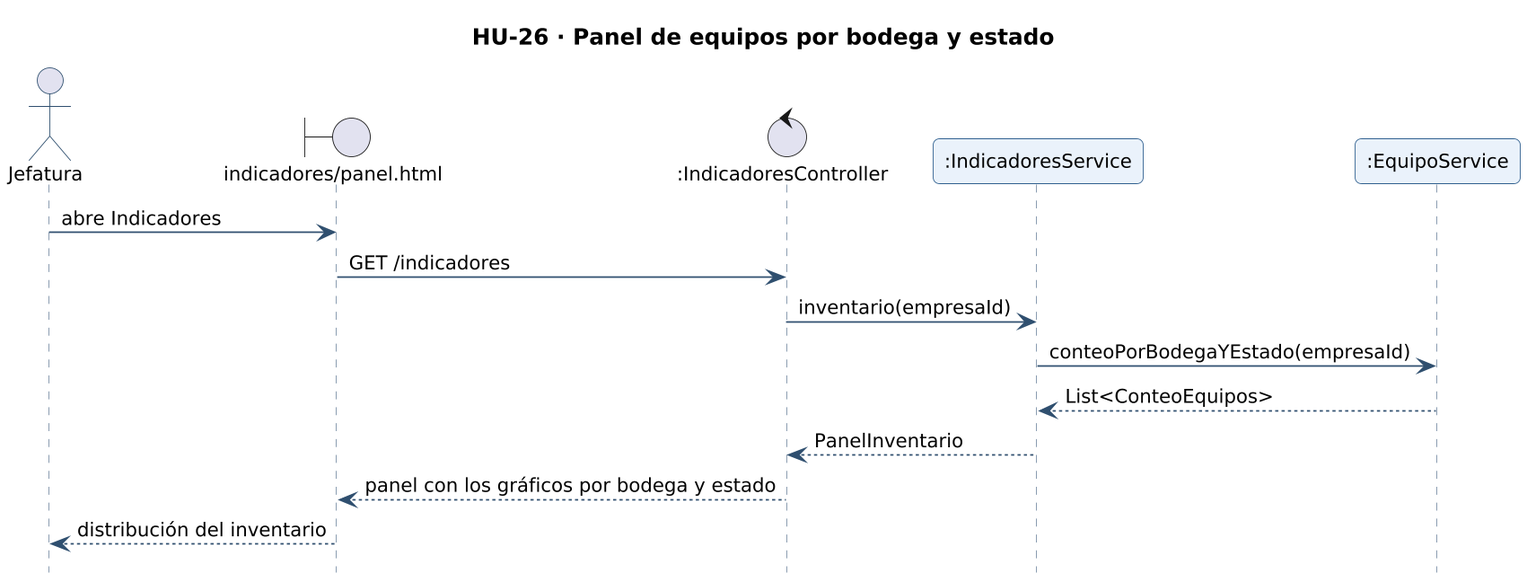
Above: docs/diagramas/secuencia-hu-26.png in gonzaloarenasduoc/Mira (PlantUML), before the change. The source it was exported from:
```plantuml
@startuml secuencia-hu-26
!include _estilo.iuml
hide footbox
skinparam maxMessageSize 260
skinparam sequenceMessageAlign left
title HU-26 · Panel de equipos por bodega y estado
actor "Jefatura" as A
boundary "indicadores/panel.html" as L_VISTA_indicadores_panel
control ":IndicadoresController" as L_IndicadoresController
participant ":IndicadoresService" as L_IndicadoresService
participant ":EquipoService" as L_EquipoService
A -> L_VISTA_indicadores_panel : abre Indicadores
L_VISTA_indicadores_panel -> L_IndicadoresController : GET /indicadores
L_IndicadoresController -> L_IndicadoresService : inventario(empresaId)
L_IndicadoresService -> L_EquipoService : conteoPorBodegaYEstado(empresaId)
L_EquipoService --> L_IndicadoresService : List<ConteoEquipos>
L_IndicadoresService --> L_IndicadoresController : PanelInventario
L_IndicadoresController --> L_VISTA_indicadores_panel : panel con los gráficos por bodega y estado
L_VISTA_indicadores_panel --> A : distribución del inventario
@enduml
```
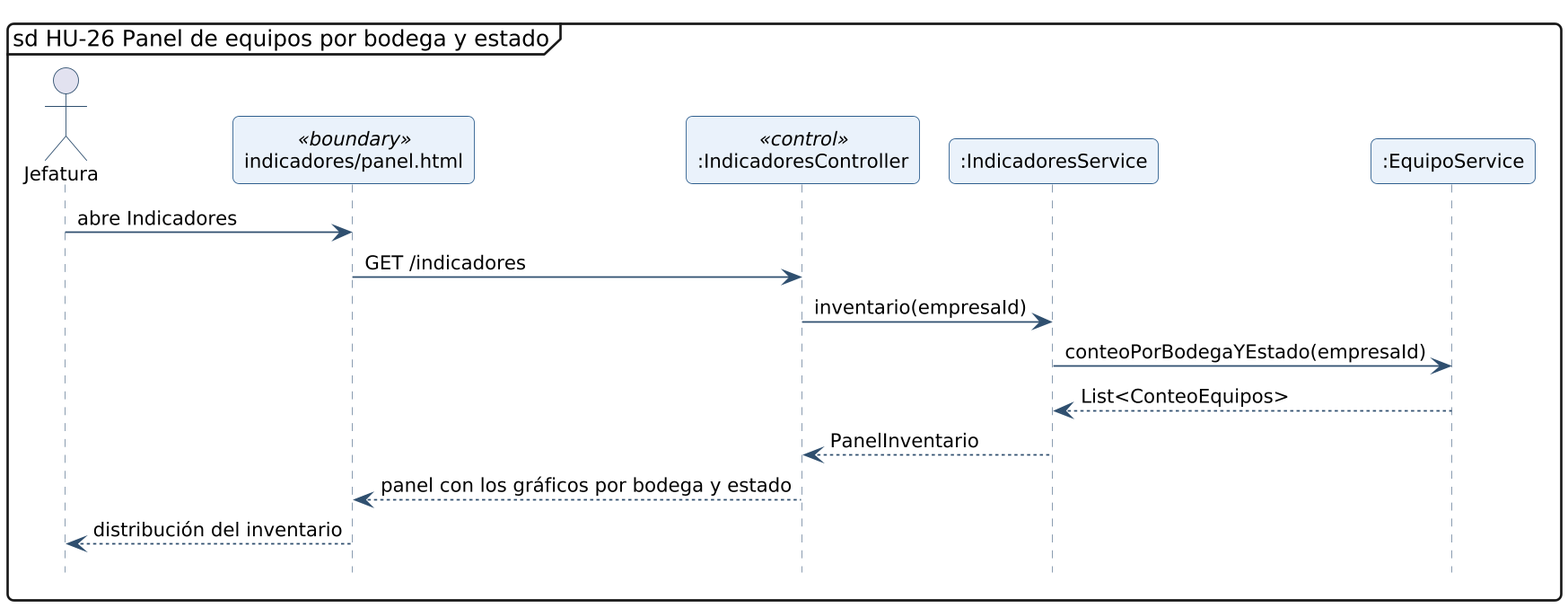
Later version of the same file.

Diff of the diagram source:
```diff
@@ -3,10 +3,10 @@
 hide footbox
 skinparam maxMessageSize 260
 skinparam sequenceMessageAlign left
-title HU-26 · Panel de equipos por bodega y estado
+mainframe sd HU-26 Panel de equipos por bodega y estado
 actor "Jefatura" as A
-boundary "indicadores/panel.html" as L_VISTA_indicadores_panel
-control ":IndicadoresController" as L_IndicadoresController
+participant "indicadores/panel.html" as L_VISTA_indicadores_panel <<boundary>>
+participant ":IndicadoresController" as L_IndicadoresController <<control>>
 participant ":IndicadoresService" as L_IndicadoresService
 participant ":EquipoService" as L_EquipoService
 A -> L_VISTA_indicadores_panel : abre Indicadores
```
